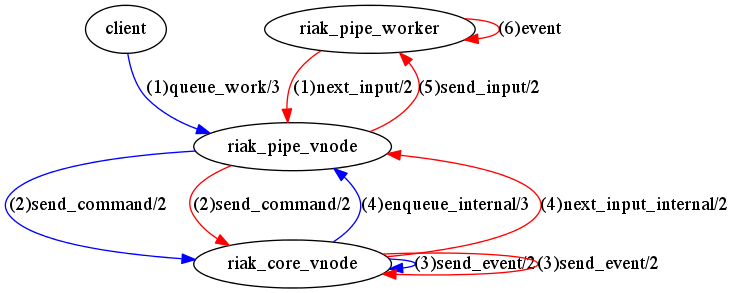
mille-printemps/rscr keeps this Graphviz diagram as riak_pipe_inputs.png. Above is the earlier version. Its source is kept beside it as riak_pipe_inputs.dot. The source it was exported from:
```dot

digraph {

    subgraph top {
        rank=same;
        client
        riak_pipe_worker

        riak_pipe_worker -> riak_pipe_worker [color="red" label="(6)event"]
    }

    subgraph middle {
        riak_pipe_vnode

        client -> riak_pipe_vnode [color="blue" label="(1)queue_work/3"]
        riak_pipe_worker -> riak_pipe_vnode [color="red" label="(1)next_input/2"]
        riak_pipe_vnode -> riak_pipe_worker [color="red" label="(5)send_input/2"]
    }

    subgraph bottom {
        riak_core_vnode

        riak_pipe_vnode -> riak_core_vnode [color="blue" label="(2)send_command/2"]
        riak_core_vnode -> riak_pipe_vnode [color="blue" label="(4)enqueue_internal/3"]
        riak_pipe_vnode -> riak_core_vnode [color="red" label="(2)send_command/2"]
        riak_core_vnode -> riak_pipe_vnode [color="red" label="(4)next_input_internal/2"]

        riak_core_vnode -> riak_core_vnode [color="blue" label="(3)send_event/2"]
        riak_core_vnode -> riak_core_vnode [color="red" label="(3)send_event/2"]
    }

}
```
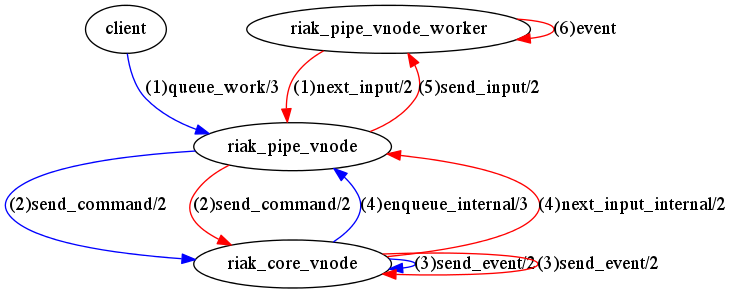
After the commit.

Change to the diagram source:
```diff
@@ -4,17 +4,17 @@
     subgraph top {
         rank=same;
         client
-        riak_pipe_worker
+        riak_pipe_vnode_worker
 
-        riak_pipe_worker -> riak_pipe_worker [color="red" label="(6)event"]
+        riak_pipe_vnode_worker -> riak_pipe_vnode_worker [color="red" label="(6)event"]
     }
 
     subgraph middle {
         riak_pipe_vnode
 
         client -> riak_pipe_vnode [color="blue" label="(1)queue_work/3"]
-        riak_pipe_worker -> riak_pipe_vnode [color="red" label="(1)next_input/2"]
-        riak_pipe_vnode -> riak_pipe_worker [color="red" label="(5)send_input/2"]
+        riak_pipe_vnode_worker -> riak_pipe_vnode [color="red" label="(1)next_input/2"]
+        riak_pipe_vnode -> riak_pipe_vnode_worker [color="red" label="(5)send_input/2"]
     }
 
     subgraph bottom {
```
